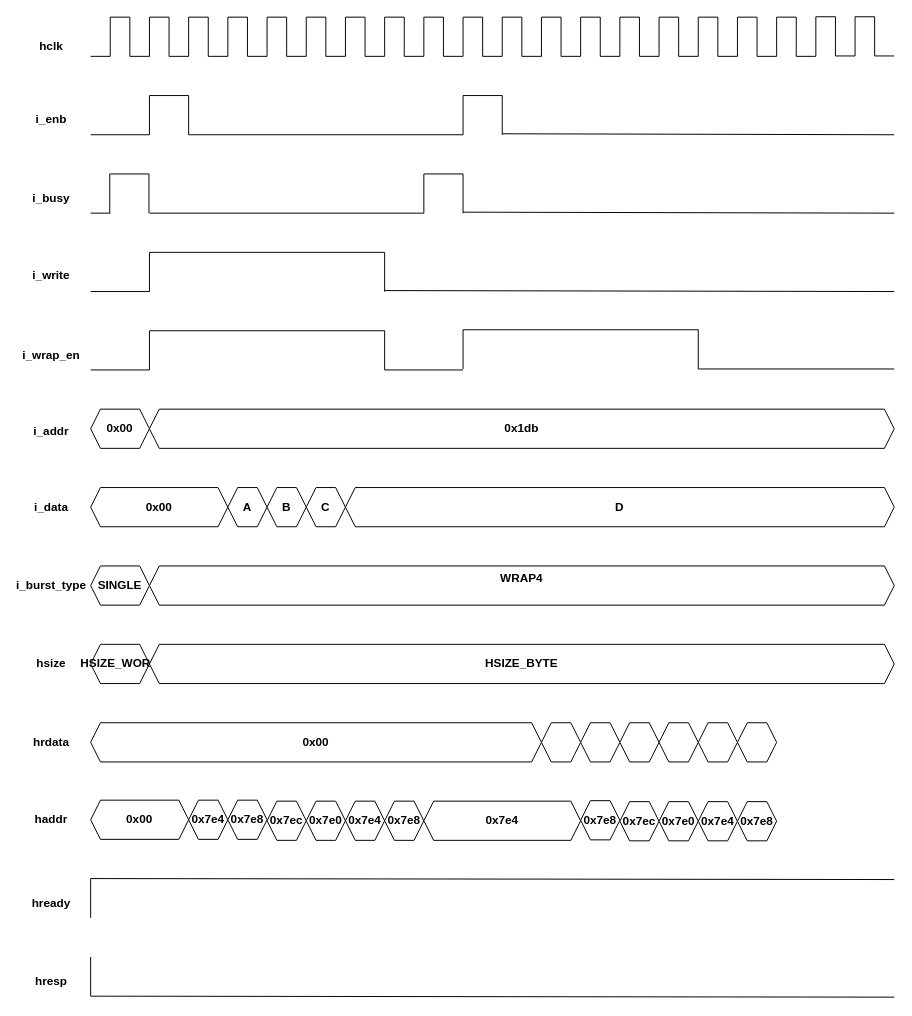
Earlier version of the draw.io diagram page "WRAP4" (16 of 18) of AMBA AHB.drawio (106210049/AMBA-AHB). Source tidied: cells renumbered, new cells numbered last; positions are measured from the earlier drawing's top-left corner, leaving out a move shared by most shapes. Both pictures are drawn from the tidied source at 98%, with x=0, y=0 at pixel (22, 17).
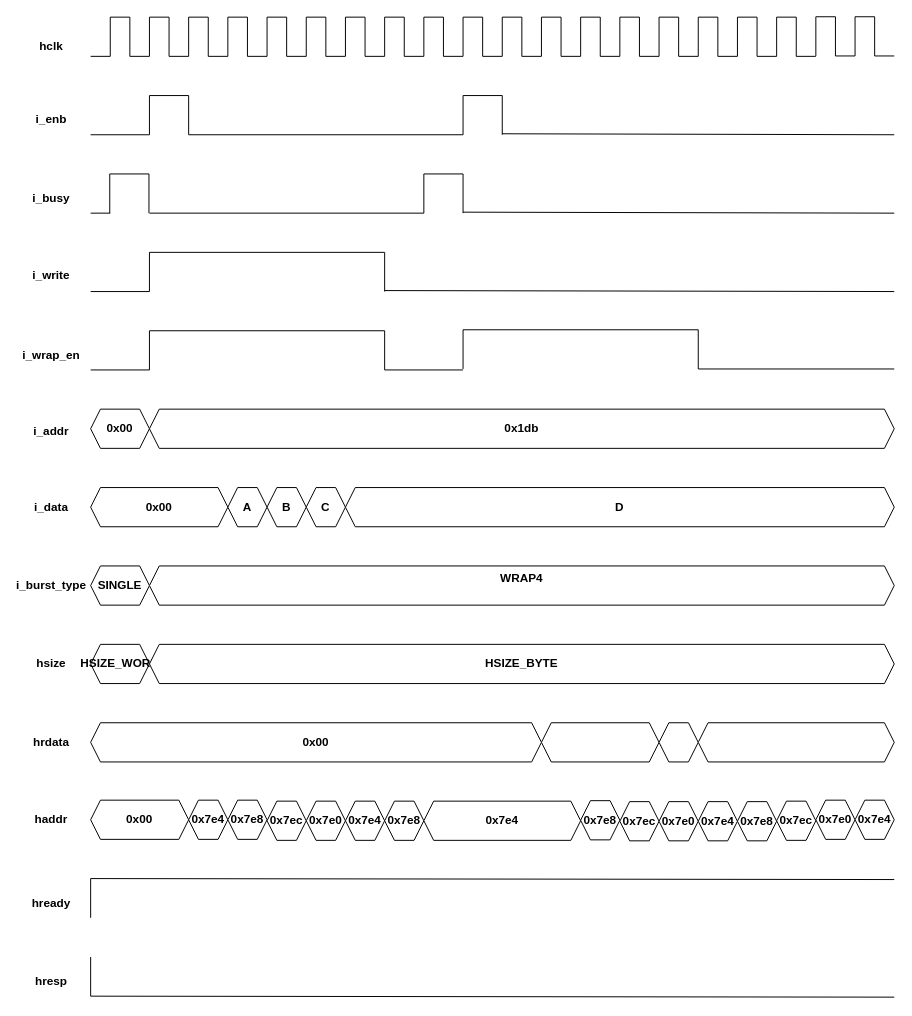
After the change.

Diff of the diagram source:
```diff
@@
     <mxCell id="110" value="&lt;div&gt;&lt;br/&gt;&lt;/div&gt;" style="shape=hexagon;perimeter=hexagonPerimeter2;whiteSpace=wrap;html=1;shapeInside=1;fixedSize=1;size=10;fontStyle=1;" parent="1" vertex="1">
-      <mxGeometry x="530" y="720" width="40" height="40" as="geometry" />
+      <mxGeometry x="530" y="720" width="120" height="40" as="geometry" />
     </mxCell>
     <mxCell id="111" value="&lt;div&gt;&lt;br/&gt;&lt;/div&gt;" style="shape=hexagon;perimeter=hexagonPerimeter2;whiteSpace=wrap;html=1;shapeInside=1;fixedSize=1;size=10;fontStyle=1;" parent="1" vertex="1">
-      <mxGeometry x="570" y="720" width="40" height="40" as="geometry" />
+      <mxGeometry x="650" y="720" width="40" height="40" as="geometry" />
     </mxCell>
     <mxCell id="112" value="&lt;div&gt;&lt;br/&gt;&lt;/div&gt;" style="shape=hexagon;perimeter=hexagonPerimeter2;whiteSpace=wrap;html=1;shapeInside=1;fixedSize=1;size=10;fontStyle=1;" parent="1" vertex="1">
-      <mxGeometry x="610" y="720" width="40" height="40" as="geometry" />
+      <mxGeometry x="690" y="720" width="200" height="40" as="geometry" />
     </mxCell>
-    <mxCell id="113" value="&lt;div&gt;&lt;br/&gt;&lt;/div&gt;" style="shape=hexagon;perimeter=hexagonPerimeter2;whiteSpace=wrap;html=1;shapeInside=1;fixedSize=1;size=10;fontStyle=1;" parent="1" vertex="1">
-      <mxGeometry x="650" y="720" width="40" height="40" as="geometry" />
-    </mxCell>
@@
-    <mxCell id="132" value="&lt;div&gt;&lt;br/&gt;&lt;/div&gt;" style="shape=hexagon;perimeter=hexagonPerimeter2;whiteSpace=wrap;html=1;shapeInside=1;fixedSize=1;size=10;fontStyle=1;" parent="1" vertex="1">
-      <mxGeometry x="690" y="720" width="40" height="40" as="geometry" />
-    </mxCell>
@@
-    <mxCell id="147" value="&lt;div&gt;&lt;br/&gt;&lt;/div&gt;" style="shape=hexagon;perimeter=hexagonPerimeter2;whiteSpace=wrap;html=1;shapeInside=1;fixedSize=1;size=10;fontStyle=1;" parent="1" vertex="1">
-      <mxGeometry x="730" y="720" width="40" height="40" as="geometry" />
-    </mxCell>
@@
+    <mxCell id="163" value="&lt;div&gt;0x7ec&lt;/div&gt;" style="shape=hexagon;perimeter=hexagonPerimeter2;whiteSpace=wrap;html=1;shapeInside=1;fixedSize=1;size=10;fontStyle=1;" parent="1" vertex="1">
+      <mxGeometry x="770" y="800" width="40" height="40" as="geometry" />
+    </mxCell>
+    <mxCell id="164" value="&lt;div&gt;0x7e0&lt;/div&gt;" style="shape=hexagon;perimeter=hexagonPerimeter2;whiteSpace=wrap;html=1;shapeInside=1;fixedSize=1;size=10;fontStyle=1;" parent="1" vertex="1">
+      <mxGeometry x="810" y="799" width="40" height="40" as="geometry" />
+    </mxCell>
+    <mxCell id="165" value="&lt;div style=&quot;&quot;&gt;0x7e4&lt;/div&gt;" style="shape=hexagon;perimeter=hexagonPerimeter2;whiteSpace=wrap;html=1;shapeInside=1;fixedSize=1;size=10;fontStyle=1;" parent="1" vertex="1">
+      <mxGeometry x="850" y="799" width="40" height="40" as="geometry" />
+    </mxCell>
```
